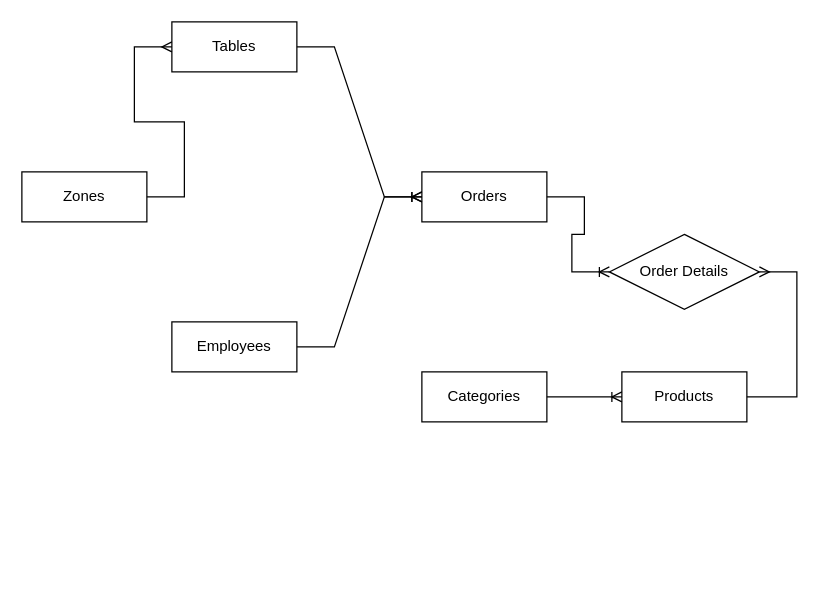
Above: Untitled Diagram.drawio in thanhdatho0/Coffee_Shop_Api (draw.io), before the change. Source tidied: cells renumbered, new cells numbered last; positions are measured from the earlier drawing's top-left corner, leaving out a move shared by most shapes. Both pictures are drawn from the tidied source at 125%, with x=0, y=0 at pixel (21, 21).
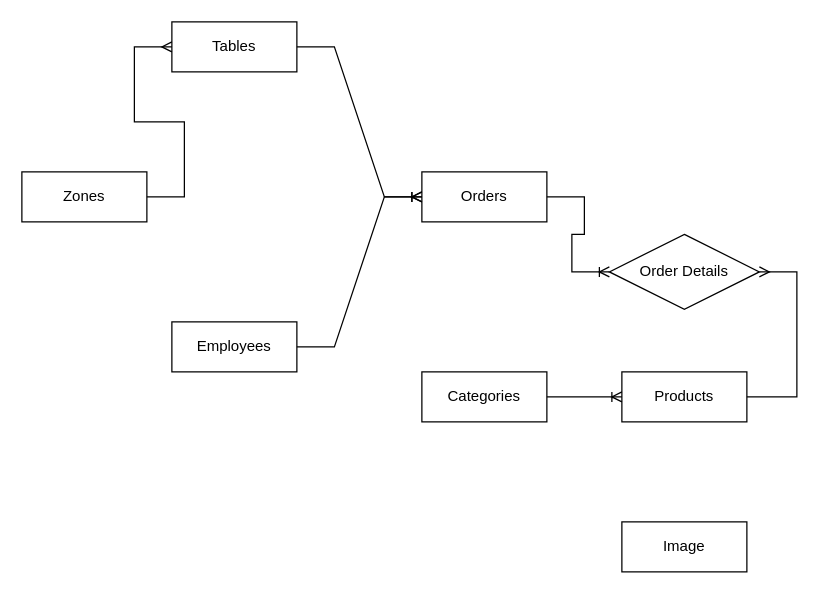
After the change.

Diff of the diagram source:
```diff
@@
 <mxGraphModel>
   <root>
     <mxCell id="0" />
     <mxCell id="1" parent="0" />
     <mxCell id="2" value="Employees" style="whiteSpace=wrap;html=1;align=center;" parent="1" vertex="1">
       <mxGeometry x="120" y="240" width="100" height="40" as="geometry" />
     </mxCell>
     <mxCell id="3" value="Orders" style="whiteSpace=wrap;html=1;align=center;" parent="1" vertex="1">
       <mxGeometry x="320" y="120" width="100" height="40" as="geometry" />
     </mxCell>
     <mxCell id="4" value="Products" style="whiteSpace=wrap;html=1;align=center;" parent="1" vertex="1">
       <mxGeometry x="480" y="280" width="100" height="40" as="geometry" />
     </mxCell>
     <mxCell id="5" value="Categories" style="whiteSpace=wrap;html=1;align=center;" parent="1" vertex="1">
       <mxGeometry x="320" y="280" width="100" height="40" as="geometry" />
     </mxCell>
     <mxCell id="6" value="Tables" style="whiteSpace=wrap;html=1;align=center;" parent="1" vertex="1">
       <mxGeometry x="120" width="100" height="40" as="geometry" />
     </mxCell>
     <mxCell id="7" style="edgeStyle=entityRelationEdgeStyle;fontSize=12;html=1;endArrow=ERoneToMany;rounded=0;" parent="1" edge="1" source="5" target="4">
       <mxGeometry relative="1" as="geometry" />
     </mxCell>
     <mxCell id="8" value="Order Details" style="shape=rhombus;perimeter=rhombusPerimeter;whiteSpace=wrap;html=1;align=center;" parent="1" vertex="1">
       <mxGeometry x="470" y="170" width="120" height="60" as="geometry" />
     </mxCell>
     <mxCell id="9" style="edgeStyle=entityRelationEdgeStyle;fontSize=12;html=1;endArrow=ERmany;rounded=0;" parent="1" edge="1" source="4" target="8">
       <mxGeometry relative="1" as="geometry" />
     </mxCell>
     <mxCell id="10" style="edgeStyle=entityRelationEdgeStyle;fontSize=12;html=1;endArrow=ERoneToMany;rounded=0;" parent="1" edge="1" source="3" target="8">
       <mxGeometry relative="1" as="geometry" />
     </mxCell>
     <mxCell id="11" style="edgeStyle=entityRelationEdgeStyle;fontSize=12;html=1;endArrow=ERoneToMany;rounded=0;" parent="1" edge="1" source="2" target="3">
       <mxGeometry relative="1" as="geometry" />
     </mxCell>
     <mxCell id="12" style="edgeStyle=entityRelationEdgeStyle;fontSize=12;html=1;endArrow=ERoneToMany;rounded=0;" parent="1" edge="1" source="6" target="3">
       <mxGeometry relative="1" as="geometry" />
     </mxCell>
     <mxCell id="13" value="Zones" style="whiteSpace=wrap;html=1;align=center;" parent="1" vertex="1">
       <mxGeometry y="120" width="100" height="40" as="geometry" />
     </mxCell>
     <mxCell id="14" style="edgeStyle=entityRelationEdgeStyle;fontSize=12;html=1;endArrow=ERmany;rounded=0;" parent="1" edge="1" source="13" target="6">
       <mxGeometry relative="1" as="geometry" />
     </mxCell>
+    <mxCell id="15" value="Image" style="whiteSpace=wrap;html=1;align=center;" parent="1" vertex="1">
+      <mxGeometry x="480" y="400" width="100" height="40" as="geometry" />
+    </mxCell>
   </root>
 </mxGraphModel>
```
